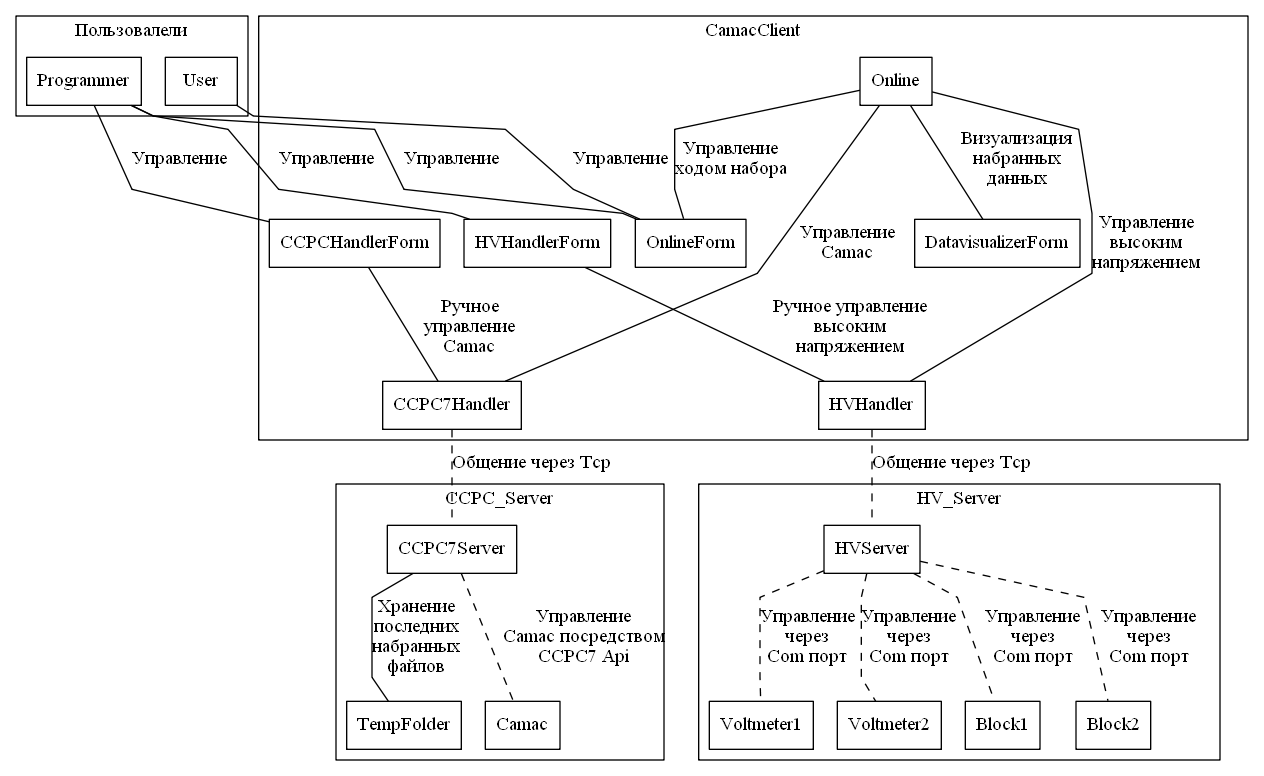
Before: documentation/img/complex.png, a diagram exported from Graphviz (kapot65/online). Its source is kept beside it as documentation/graphs/complex.dot.
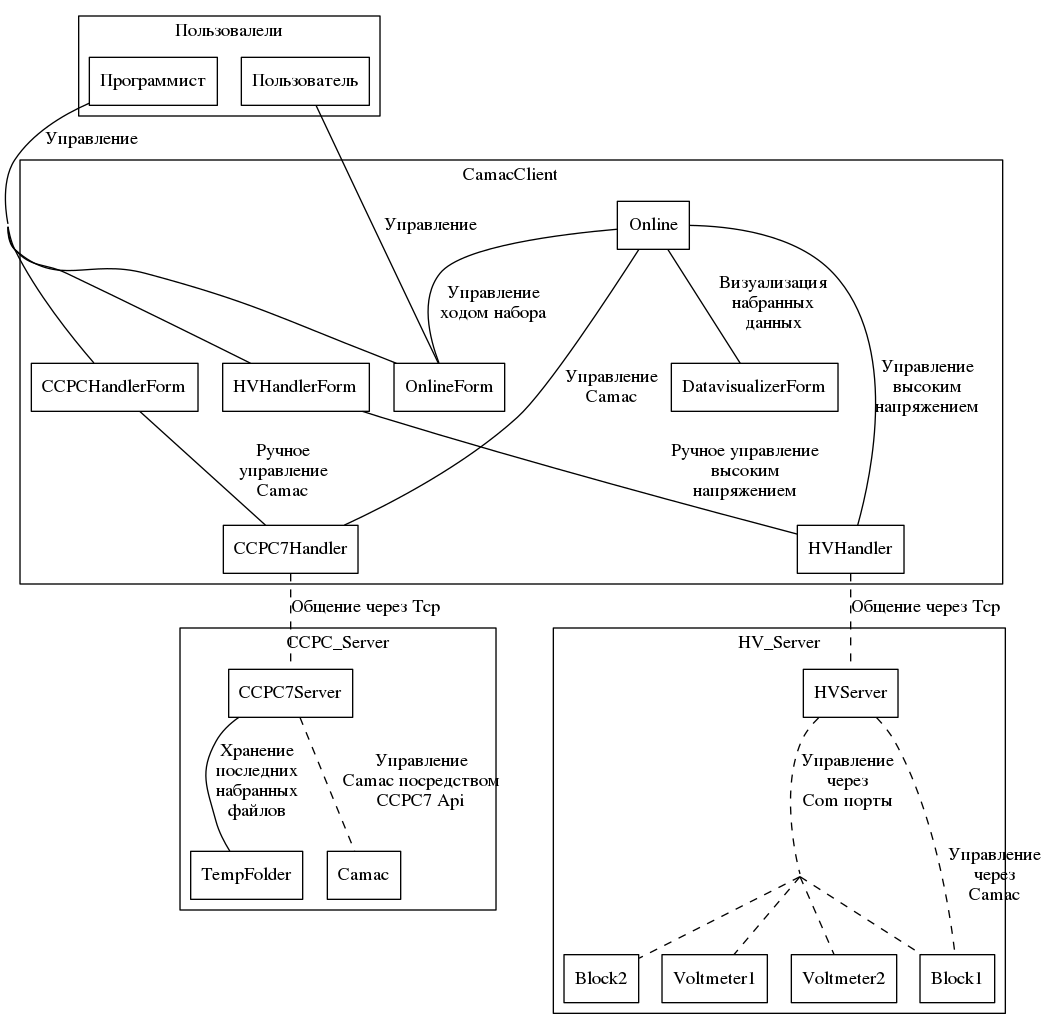
The same file after the commit.

Diff of the diagram source:
```diff
@@ -1,23 +1,26 @@
 graph Online
 {
-	splines=polyline
-	node [shape=box];
-	esep=20;
+        node [shape=box];
 
 
 
 	subgraph cluster_0
 	{
-		label="Пользовалели";
-		User;
-		Programmer;
+                label="Пользовалели";
+                User[label="Пользователь"];
+                Programmer[label="Программист"];
 	}
 
 
 	User -- OnlineForm[label="Управление"]
-	Programmer -- OnlineForm[label="Управление"]
-	Programmer -- HVHandlerForm[label="Управление"]
-	Programmer -- CCPCHandlerForm[label="Управление"]
+
+        "helpSplit"[width=0,height=0,style=invis,label=""];
+
+        Programmer -- "helpSplit"[label="Управление"];
+
+        "helpSplit" -- OnlineForm
+        "helpSplit" -- HVHandlerForm
+        "helpSplit" -- CCPCHandlerForm
 
 
 	subgraph cluster_1
@@ -61,9 +64,16 @@
 	{
 		label="HV_Server";
 
-		HVServer -- Voltmeter1[label="Управление\nчерез\nCom порт", style="dashed"];
-		HVServer -- Voltmeter2[label="Управление\nчерез\nCom порт", style="dashed"];
-		HVServer --  Block1[label="Управление\nчерез\nCom порт", style="dashed"];
-		HVServer -- Block2[label="Управление\nчерез\nCom порт", style="dashed"];
+                "helpSplitHV"[width=0,height=0,style=invis,label=""];
+
+                HVServer -- "helpSplitHV"[label="Управление\nчерез\nCom порты", style="dashed"];
+
+                "helpSplitHV" --  Block1[style="dashed"];
+                "helpSplitHV" -- Block2[style="dashed"];
+                "helpSplitHV" -- Voltmeter1[style="dashed"];
+                "helpSplitHV" -- Voltmeter2[style="dashed"];
+
+                HVServer --  Block1[label="Управление\nчерез\nCamac", style="dashed"];
+
 	}
 }
```
